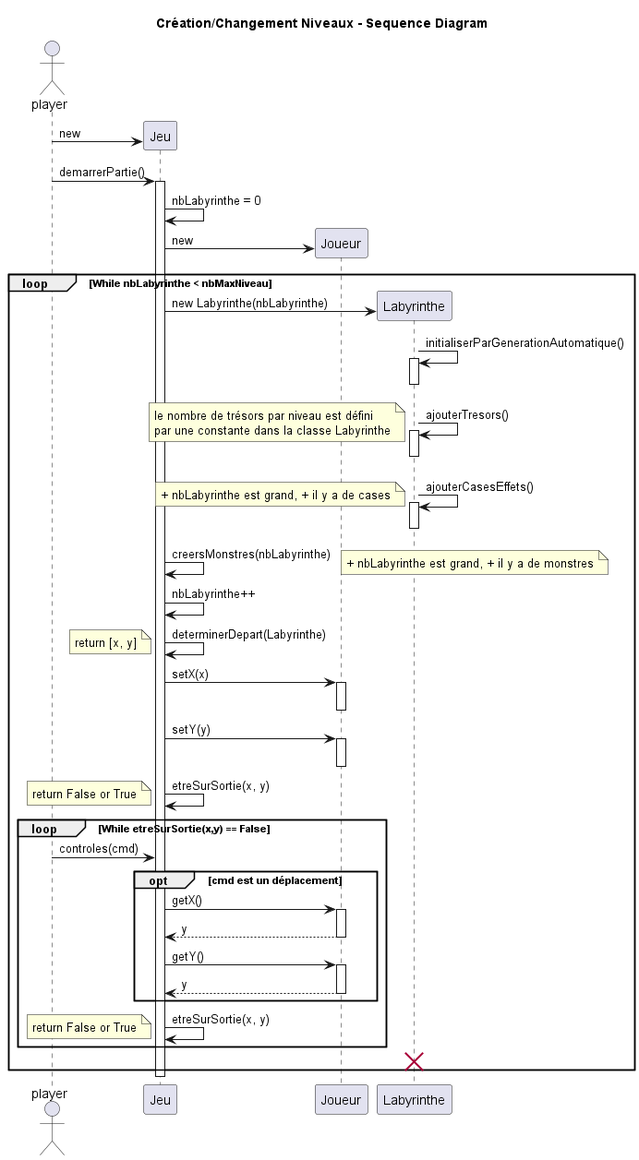
The PlantUML diagram documents/sprint_1/diagramme_sequence/diagramme_creation_changement_niveau.png in rzepka2u/ACL_daedalus, before a commit.
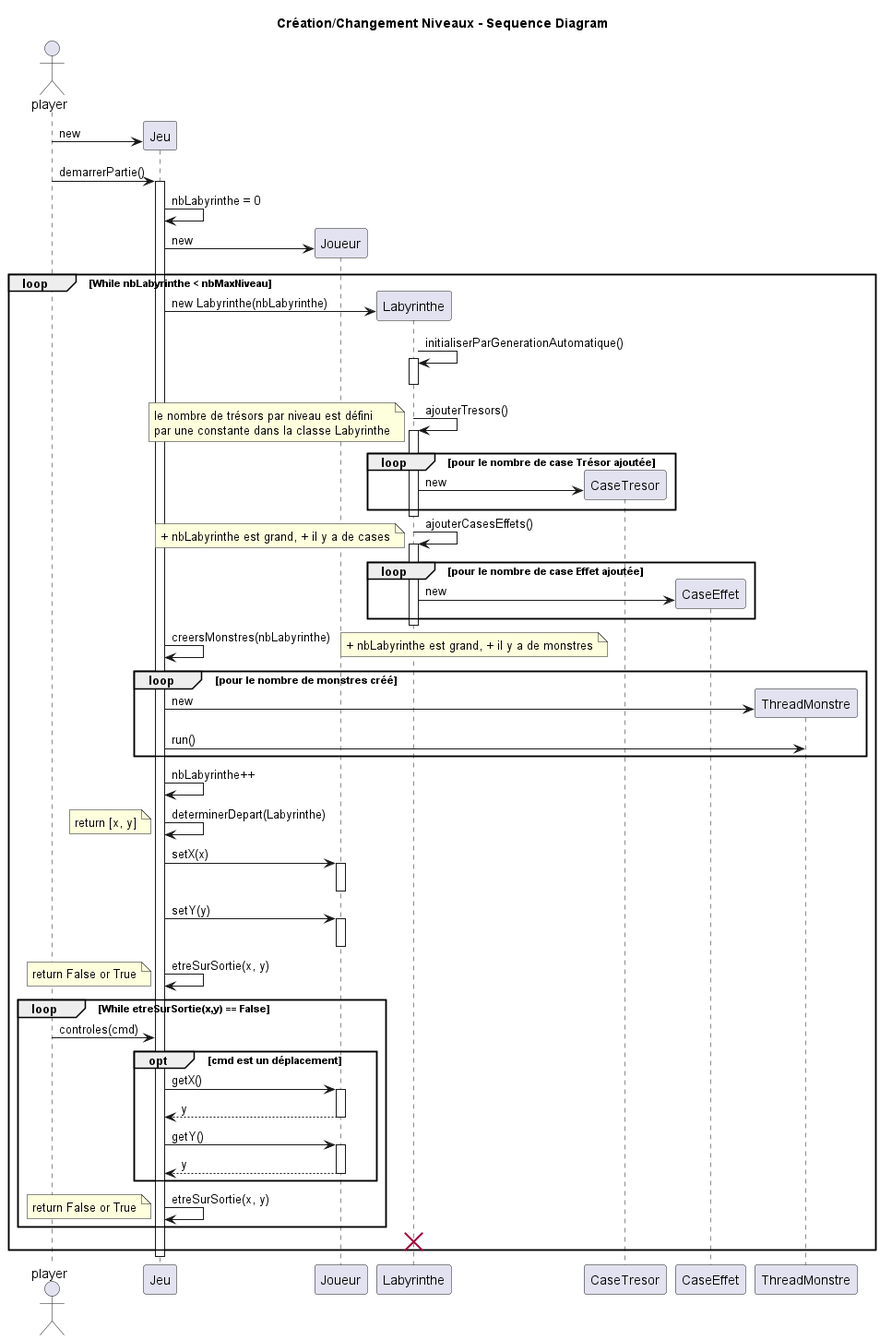
Later version of the same file.

Commit message:
Légères modification diagramme séquence création/changement niveau.

Change to the diagram source:
```diff
@@ -23,13 +23,26 @@
     Labyrinthe -> Labyrinthe: ajouterTresors()
     note left: le nombre de trésors par niveau est défini\npar une constante dans la classe Labyrinthe
     activate Labyrinthe
+    loop pour le nombre de case Trésor ajoutée
+        create CaseTresor
+        Labyrinthe -> CaseTresor: new
+    end
     deactivate Labyrinthe
     Labyrinthe -> Labyrinthe: ajouterCasesEffets()
     note left: + nbLabyrinthe est grand, + il y a de cases
     activate Labyrinthe
+    loop pour le nombre de case Effet ajoutée
+        create CaseEffet
+        Labyrinthe -> CaseEffet: new
+    end
     deactivate Labyrinthe
     Jeu -> Jeu: creersMonstres(nbLabyrinthe)
     note right: + nbLabyrinthe est grand, + il y a de monstres
+    loop pour le nombre de monstres créé
+        create ThreadMonstre
+        Jeu -> ThreadMonstre: new
+        Jeu -> ThreadMonstre: run()
+    end
     Jeu -> Jeu: nbLabyrinthe++
     Jeu -> Jeu: determinerDepart(Labyrinthe)
     note left: return [x, y]
```
